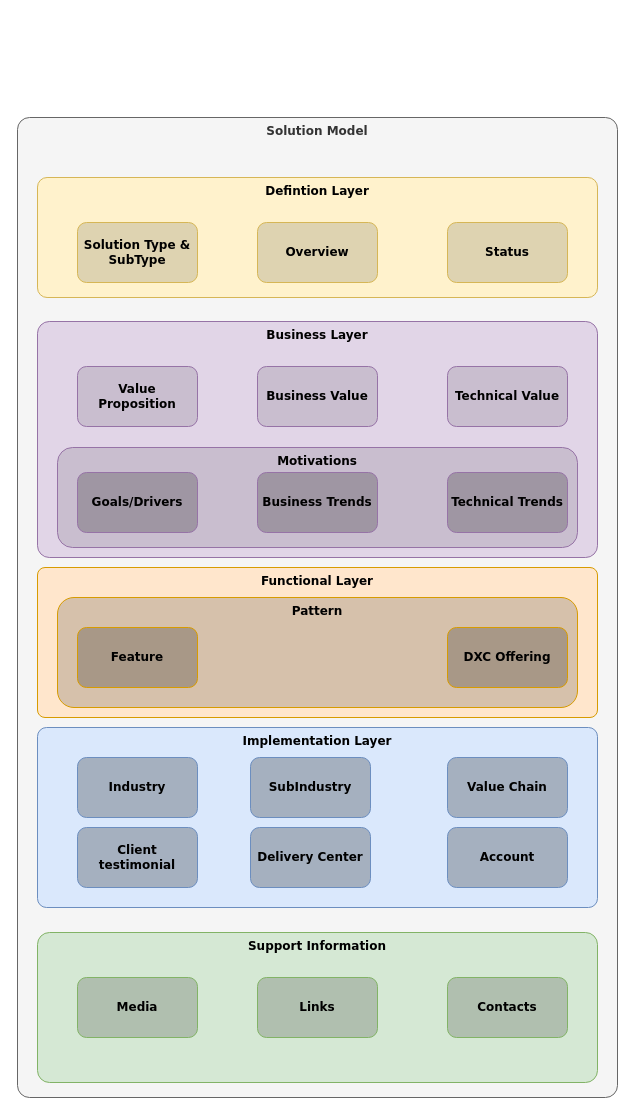
The draw.io diagram images/SolutionModel.drawio in dxc-technology/dxc-digitalexplorer, before the edit. Source tidied: cells renumbered, new cells numbered last; positions are measured from the earlier drawing's top-left corner, leaving out a move shared by most shapes. Both pictures are drawn from the tidied source at 100%, with x=0, y=0 at pixel (17, 117).
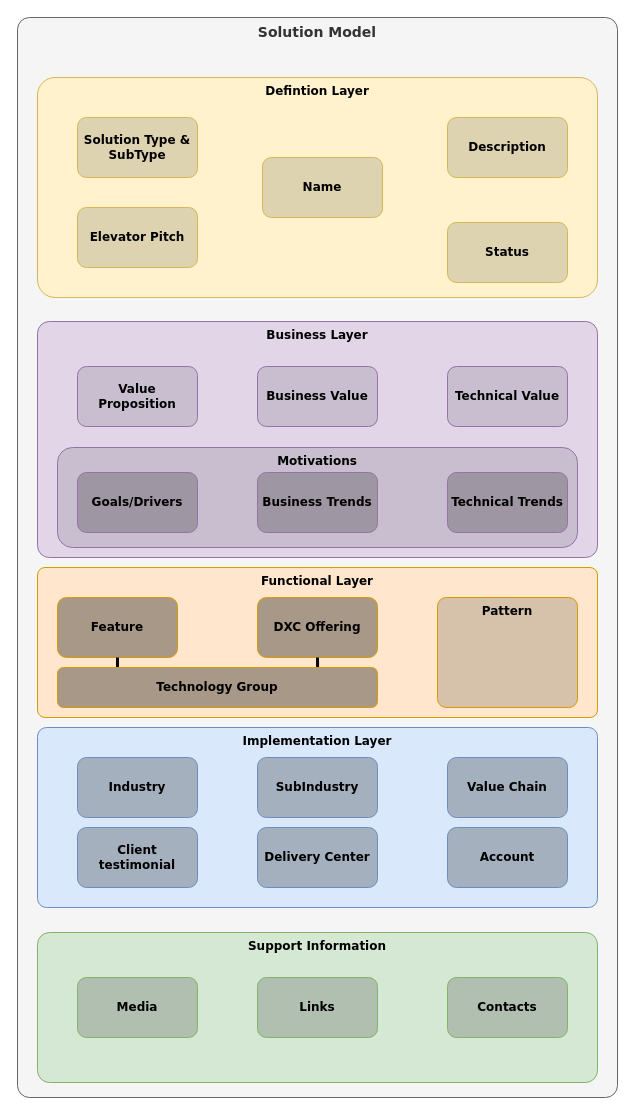
The same diagram, later.

Commit message (it also covers changes not shown here):
:art: models

Change to the diagram source:
```diff
@@
-    <mxCell id="2" value="Solution Model" style="rounded=1;whiteSpace=wrap;html=1;arcSize=2;verticalAlign=top;fillColor=#f5f5f5;strokeColor=#666666;fontColor=#333333;fontStyle=1;fontFamily=Verdana;" parent="1" vertex="1">
-      <mxGeometry width="600" height="980" as="geometry" />
+    <mxCell id="2" value="Solution Model" style="rounded=1;whiteSpace=wrap;html=1;arcSize=2;verticalAlign=top;fillColor=#f5f5f5;strokeColor=#666666;fontColor=#333333;fontStyle=1;fontFamily=Verdana;fontSize=14;" parent="1" vertex="1">
+      <mxGeometry y="-100" width="600" height="1080" as="geometry" />
     </mxCell>
     <mxCell id="3" value="Defintion Layer" style="rounded=1;whiteSpace=wrap;html=1;verticalAlign=top;arcSize=8;fillColor=#fff2cc;strokeColor=#d6b656;fontStyle=1;fontFamily=Verdana;" parent="1" vertex="1">
-      <mxGeometry x="20" y="60" width="560" height="120" as="geometry" />
+      <mxGeometry x="20" y="-40" width="560" height="220" as="geometry" />
     </mxCell>
@@
     <mxCell id="7" value="Solution Type &amp;amp; SubType" style="rounded=1;whiteSpace=wrap;html=1;fillColor=#DED3B1;strokeColor=#d6b656;fontStyle=1;fontFamily=Verdana;" parent="1" vertex="1">
-      <mxGeometry x="60" y="105" width="120" height="60" as="geometry" />
+      <mxGeometry x="60" width="120" height="60" as="geometry" />
     </mxCell>
@@
-    <mxCell id="10" value="Overview" style="rounded=1;whiteSpace=wrap;html=1;fillColor=#DED3B1;strokeColor=#d6b656;fontStyle=1;fontFamily=Verdana;" parent="1" vertex="1">
-      <mxGeometry x="240" y="105" width="120" height="60" as="geometry" />
+    <mxCell id="10" value="Name" style="rounded=1;whiteSpace=wrap;html=1;fillColor=#DED3B1;strokeColor=#d6b656;fontStyle=1;fontFamily=Verdana;" parent="1" vertex="1">
+      <mxGeometry x="245" y="40" width="120" height="60" as="geometry" />
     </mxCell>
@@
-    <mxCell id="17" value="Pattern" style="rounded=1;whiteSpace=wrap;html=1;verticalAlign=top;fillColor=#D6C1AB;strokeColor=#d79b00;fontStyle=1;fontFamily=Verdana;" parent="1" vertex="1">
-      <mxGeometry x="40" y="480" width="520" height="110" as="geometry" />
+    <mxCell id="17" value="Pattern" style="rounded=1;whiteSpace=wrap;html=1;verticalAlign=top;fillColor=#D6C1AB;strokeColor=#d79b00;fontStyle=1;fontFamily=Verdana;arcSize=8;" parent="1" vertex="1">
+      <mxGeometry x="420" y="480" width="140" height="110" as="geometry" />
     </mxCell>
     <mxCell id="18" value="Feature" style="rounded=1;whiteSpace=wrap;html=1;fillColor=#A89887;strokeColor=#d79b00;fontStyle=1;fontFamily=Verdana;" parent="1" vertex="1">
-      <mxGeometry x="60" y="510" width="120" height="60" as="geometry" />
+      <mxGeometry x="40" y="480" width="120" height="60" as="geometry" />
     </mxCell>
     <mxCell id="19" value="DXC Offering" style="rounded=1;whiteSpace=wrap;html=1;fillColor=#A89887;strokeColor=#d79b00;fontStyle=1;fontFamily=Verdana;" parent="1" vertex="1">
-      <mxGeometry x="430" y="510" width="120" height="60" as="geometry" />
+      <mxGeometry x="240" y="480" width="120" height="60" as="geometry" />
     </mxCell>
@@
     <mxCell id="26" value="Delivery Center" style="rounded=1;whiteSpace=wrap;html=1;fillColor=#A5B0BF;strokeColor=#6c8ebf;fontStyle=1;fontFamily=Verdana;" parent="1" vertex="1">
-      <mxGeometry x="233" y="710" width="120" height="60" as="geometry" />
+      <mxGeometry x="240" y="710" width="120" height="60" as="geometry" />
     </mxCell>
@@
     <mxCell id="28" value="SubIndustry" style="rounded=1;whiteSpace=wrap;html=1;fillColor=#A5B0BF;strokeColor=#6c8ebf;fontStyle=1;fontFamily=Verdana;" parent="1" vertex="1">
-      <mxGeometry x="233" y="640" width="120" height="60" as="geometry" />
+      <mxGeometry x="240" y="640" width="120" height="60" as="geometry" />
     </mxCell>
@@
+    <mxCell id="30" style="endArrow=none;html=1;fontFamily=Verdana;strokeWidth=3;" parent="1" edge="1" target="18">
+      <mxGeometry relative="1" as="geometry">
+        <mxPoint x="100" y="550" as="sourcePoint" />
+      </mxGeometry>
+    </mxCell>
+    <mxCell id="31" style="endArrow=none;html=1;fontFamily=Verdana;strokeWidth=3;exitX=0.813;exitY=0.25;exitDx=0;exitDy=0;exitPerimeter=0;" parent="1" edge="1" source="32">
+      <mxGeometry relative="1" as="geometry">
+        <mxPoint x="300" y="540" as="targetPoint" />
+        <Array as="points">
+          <mxPoint x="300" y="540" />
+        </Array>
+      </mxGeometry>
+    </mxCell>
+    <mxCell id="32" value="Technology Group" style="rounded=1;whiteSpace=wrap;html=1;fillColor=#A89887;strokeColor=#d79b00;fontStyle=1;fontFamily=Verdana;" parent="1" vertex="1">
+      <mxGeometry x="40" y="550" width="320" height="40" as="geometry" />
+    </mxCell>
+    <mxCell id="33" value="Description" style="rounded=1;whiteSpace=wrap;html=1;fillColor=#DED3B1;strokeColor=#d6b656;fontStyle=1;fontFamily=Verdana;" parent="1" vertex="1">
+      <mxGeometry x="430" width="120" height="60" as="geometry" />
+    </mxCell>
+    <mxCell id="34" value="Elevator Pitch" style="rounded=1;whiteSpace=wrap;html=1;fillColor=#DED3B1;strokeColor=#d6b656;fontStyle=1;fontFamily=Verdana;" parent="1" vertex="1">
+      <mxGeometry x="60" y="90" width="120" height="60" as="geometry" />
+    </mxCell>
```
